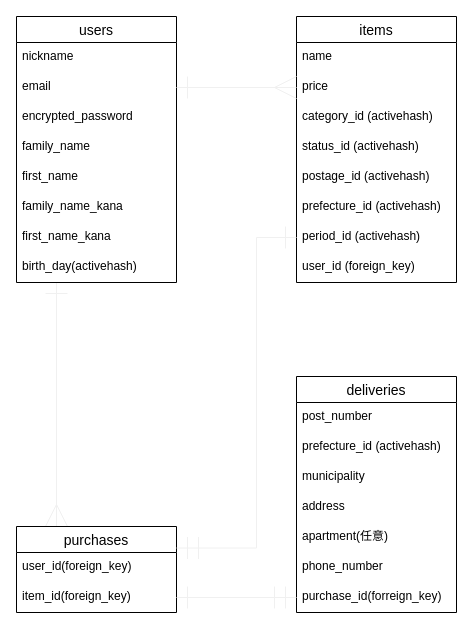
Before: DB.dio in shin1616/furima-34493, a draw.io diagram. Source tidied: cells renumbered, new cells numbered last; positions are measured from the earlier drawing's top-left corner, leaving out a move shared by most shapes. Both pictures are drawn from the tidied source at 100%, with x=0, y=0 at pixel (16, 16).
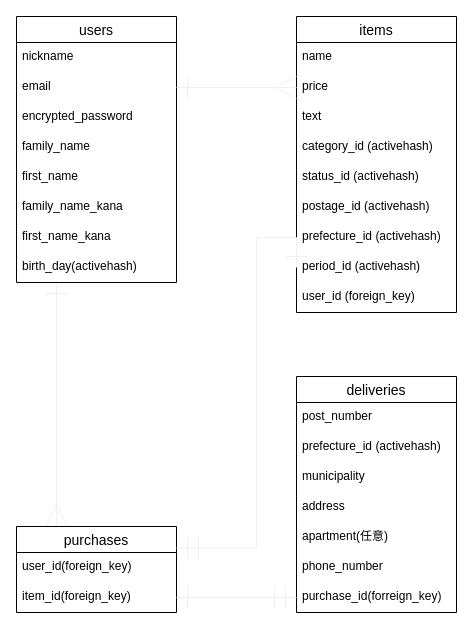
The same diagram, later.

Commit message (it also covers changes not shown here):
DB設計とER図の修正4

Change to the diagram source:
```diff
@@
     <mxCell id="23" value="items" style="swimlane;fontStyle=0;horizontal=1;startSize=26;align=center;fontSize=14;" parent="1" vertex="1">
-      <mxGeometry x="280" width="160" height="266" as="geometry" />
+      <mxGeometry x="280" width="160" height="296" as="geometry" />
     </mxCell>
@@
+    <mxCell id="35" value="text" style="text;strokeColor=none;fillColor=none;spacingLeft=4;spacingRight=4;overflow=hidden;fontSize=12;" parent="23" vertex="1">
+      <mxGeometry y="86" width="160" height="30" as="geometry" />
+    </mxCell>
     <mxCell id="26" value="category_id (activehash)" style="text;strokeColor=none;fillColor=none;spacingLeft=4;spacingRight=4;overflow=hidden;fontSize=12;" parent="23" vertex="1">
-      <mxGeometry y="86" width="160" height="30" as="geometry" />
+      <mxGeometry y="116" width="160" height="30" as="geometry" />
     </mxCell>
     <mxCell id="27" value="status_id (activehash)" style="text;strokeColor=none;fillColor=none;spacingLeft=4;spacingRight=4;overflow=hidden;fontSize=12;" parent="23" vertex="1">
-      <mxGeometry y="116" width="160" height="30" as="geometry" />
+      <mxGeometry y="146" width="160" height="30" as="geometry" />
     </mxCell>
     <mxCell id="28" value="postage_id (activehash)" style="text;strokeColor=none;fillColor=none;spacingLeft=4;spacingRight=4;overflow=hidden;fontSize=12;" parent="23" vertex="1">
-      <mxGeometry y="146" width="160" height="30" as="geometry" />
+      <mxGeometry y="176" width="160" height="30" as="geometry" />
     </mxCell>
     <mxCell id="29" value="prefecture_id (activehash)" style="text;strokeColor=none;fillColor=none;spacingLeft=4;spacingRight=4;overflow=hidden;fontSize=12;" parent="23" vertex="1">
-      <mxGeometry y="176" width="160" height="30" as="geometry" />
+      <mxGeometry y="206" width="160" height="30" as="geometry" />
     </mxCell>
     <mxCell id="30" value="period_id (activehash)" style="text;strokeColor=none;fillColor=none;spacingLeft=4;spacingRight=4;overflow=hidden;points=[[0,0.5],[1,0.5]];portConstraint=eastwest;fontSize=12;" parent="23" vertex="1">
-      <mxGeometry y="206" width="160" height="30" as="geometry" />
+      <mxGeometry y="236" width="160" height="30" as="geometry" />
     </mxCell>
     <mxCell id="31" value="user_id (foreign_key)" style="text;strokeColor=none;fillColor=none;spacingLeft=4;spacingRight=4;overflow=hidden;fontSize=12;" parent="23" vertex="1">
-      <mxGeometry y="236" width="160" height="30" as="geometry" />
+      <mxGeometry y="266" width="160" height="30" as="geometry" />
     </mxCell>
```
